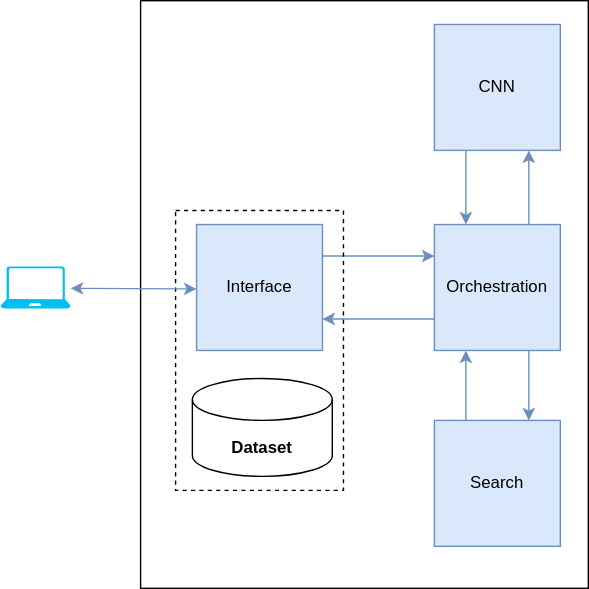
Wissem0/Projet-Integrateur-Classification-d-images keeps this draw.io diagram as architechture_v2.drawio.svg. Above is the earlier version. Source tidied: cells renumbered, new cells last; positions are measured from the earlier drawing's top-left corner, leaving out a move shared by most shapes. Its diagram source:
```xml
<mxGraphModel>
  <root>
    <mxCell id="0" />
    <mxCell id="1" parent="0" />
    <mxCell id="2" style="rounded=0;whiteSpace=wrap;html=1;fontFamily=Helvetica;fontSize=11;" parent="1" vertex="1">
      <mxGeometry x="100" width="320" height="420" as="geometry" />
    </mxCell>
    <mxCell id="3" value="CNN" style="whiteSpace=wrap;html=1;fillStyle=solid;fontFamily=Helvetica;fillColor=#dae8fc;strokeColor=#6c8ebf;" parent="1" vertex="1">
      <mxGeometry x="310" y="17" width="90" height="90" as="geometry" />
    </mxCell>
    <mxCell id="4" value="Search" style="whiteSpace=wrap;html=1;fillStyle=solid;fontFamily=Helvetica;fillColor=#dae8fc;strokeColor=#6c8ebf;" parent="1" vertex="1">
      <mxGeometry x="310" y="300" width="90" height="90" as="geometry" />
    </mxCell>
    <mxCell id="5" style="edgeStyle=none;rounded=0;jettySize=auto;html=1;entryX=1;entryY=0.75;entryDx=0;entryDy=0;fontFamily=Helvetica;elbow=vertical;fillColor=#dae8fc;strokeColor=#6c8ebf;exitX=0;exitY=0.75;exitDx=0;exitDy=0;" parent="1" edge="1" source="6" target="13">
      <mxGeometry relative="1" as="geometry" />
    </mxCell>
    <mxCell id="6" value="&lt;span style=&quot;&quot;&gt;Orchestration&lt;/span&gt;" style="whiteSpace=wrap;html=1;fillStyle=solid;fontFamily=Helvetica;fillColor=#dae8fc;strokeColor=#6c8ebf;" parent="1" vertex="1">
      <mxGeometry x="310" y="160" width="90" height="90" as="geometry" />
    </mxCell>
    <mxCell id="7" style="rounded=0;jettySize=auto;html=1;fontFamily=Helvetica;exitX=1;exitY=0.25;exitDx=0;exitDy=0;entryX=0;entryY=0.25;entryDx=0;entryDy=0;fillColor=#dae8fc;strokeColor=#6c8ebf;" parent="1" edge="1" source="13" target="6">
      <mxGeometry relative="1" as="geometry" />
    </mxCell>
    <mxCell id="8" style="rounded=1;jettySize=auto;html=1;fontFamily=Helvetica;fillColor=#dae8fc;strokeColor=#6c8ebf;startArrow=none;exitX=0.75;exitY=0;exitDx=0;exitDy=0;entryX=0.75;entryY=1;entryDx=0;entryDy=0;" parent="1" edge="1" source="6" target="3">
      <mxGeometry relative="1" as="geometry" />
    </mxCell>
    <mxCell id="9" style="rounded=1;jettySize=auto;html=1;entryX=0.75;entryY=0;entryDx=0;entryDy=0;fontFamily=Helvetica;fillColor=#dae8fc;strokeColor=#6c8ebf;exitX=0.75;exitY=1;exitDx=0;exitDy=0;" parent="1" edge="1" source="6" target="4">
      <mxGeometry relative="1" as="geometry" />
    </mxCell>
    <mxCell id="10" style="rounded=1;jettySize=auto;html=1;entryX=0.25;entryY=1;entryDx=0;entryDy=0;fontFamily=Helvetica;exitX=0.25;exitY=0;exitDx=0;exitDy=0;fillColor=#dae8fc;strokeColor=#6c8ebf;" parent="1" edge="1" source="4" target="6">
      <mxGeometry relative="1" as="geometry" />
    </mxCell>
    <mxCell id="11" style="rounded=1;jettySize=auto;html=1;fontFamily=Helvetica;exitX=0.25;exitY=1;exitDx=0;exitDy=0;fillColor=#dae8fc;strokeColor=#6c8ebf;entryX=0.25;entryY=0;entryDx=0;entryDy=0;" parent="1" edge="1" source="3" target="6">
      <mxGeometry relative="1" as="geometry" />
    </mxCell>
    <mxCell id="12" style="verticalLabelPosition=bottom;html=1;verticalAlign=top;align=center;strokeColor=none;fillColor=#00BEF2;shape=mxgraph.azure.laptop;fontSize=15;" parent="1" vertex="1">
      <mxGeometry y="190" width="50" height="30" as="geometry" />
    </mxCell>
    <mxCell id="13" value="Interface" style="whiteSpace=wrap;html=1;fillStyle=solid;fontFamily=Helvetica;fillColor=#dae8fc;strokeColor=#6c8ebf;" parent="1" vertex="1">
      <mxGeometry x="140" y="160" width="90" height="90" as="geometry" />
    </mxCell>
    <mxCell id="14" style="rounded=0;whiteSpace=wrap;html=1;fontSize=9;fontColor=#990000;dashed=1;fillColor=none;" parent="1" vertex="1">
      <mxGeometry x="125" y="150" width="120" height="200" as="geometry" />
    </mxCell>
    <mxCell id="15" style="group;" parent="1" vertex="1">
      <mxGeometry x="127" y="270" width="120" height="70" as="geometry" />
    </mxCell>
    <mxCell id="16" style="shape=cylinder3;whiteSpace=wrap;html=1;boundedLbl=1;backgroundOutline=1;size=15;" parent="15" vertex="1">
      <mxGeometry x="10" width="100" height="70" as="geometry" />
    </mxCell>
    <mxCell id="17" value="&lt;font face=&quot;Helvetica&quot;&gt;&lt;b&gt;Dataset&lt;/b&gt;&lt;/font&gt;" style="text;strokeColor=none;fillColor=none;align=center;verticalAlign=middle;spacingLeft=4;spacingRight=4;overflow=hidden;whiteSpace=wrap;html=1;fontFamily=Courier New;" parent="15" vertex="1">
      <mxGeometry y="40" width="120" height="20" as="geometry" />
    </mxCell>
    <mxCell id="18" style="endArrow=classic;startArrow=classic;html=1;rounded=0;strokeColor=#6c8ebf;fontFamily=Helvetica;fontSize=11;fillColor=#dae8fc;" parent="1" edge="1">
      <mxGeometry relative="1" as="geometry">
        <mxPoint x="50" y="205.6" as="sourcePoint" />
        <mxPoint x="140" y="206" as="targetPoint" />
      </mxGeometry>
    </mxCell>
  </root>
</mxGraphModel>
```
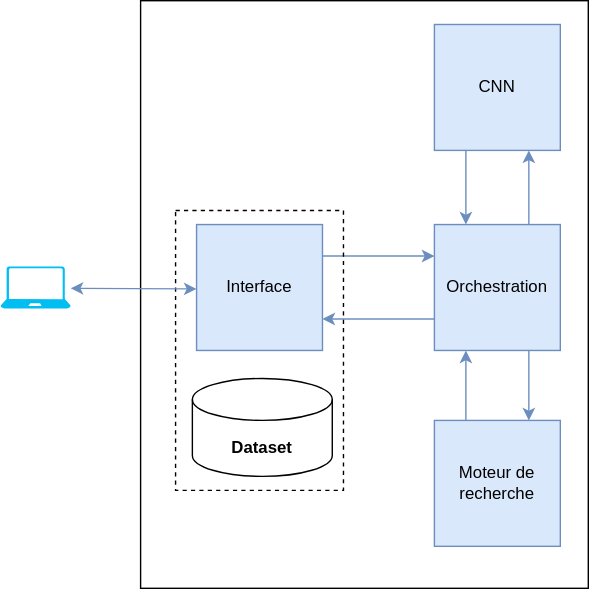
Later version of the same file.

What changed in the source:
```diff
@@ -8,7 +8,7 @@
     <mxCell id="3" value="CNN" style="whiteSpace=wrap;html=1;fillStyle=solid;fontFamily=Helvetica;fillColor=#dae8fc;strokeColor=#6c8ebf;" parent="1" vertex="1">
       <mxGeometry x="310" y="17" width="90" height="90" as="geometry" />
     </mxCell>
-    <mxCell id="4" value="Search" style="whiteSpace=wrap;html=1;fillStyle=solid;fontFamily=Helvetica;fillColor=#dae8fc;strokeColor=#6c8ebf;" parent="1" vertex="1">
+    <mxCell id="4" value="Moteur de recherche" style="whiteSpace=wrap;html=1;fillStyle=solid;fontFamily=Helvetica;fillColor=#dae8fc;strokeColor=#6c8ebf;" parent="1" vertex="1">
       <mxGeometry x="310" y="300" width="90" height="90" as="geometry" />
     </mxCell>
     <mxCell id="5" style="edgeStyle=none;rounded=0;jettySize=auto;html=1;entryX=1;entryY=0.75;entryDx=0;entryDy=0;fontFamily=Helvetica;elbow=vertical;fillColor=#dae8fc;strokeColor=#6c8ebf;exitX=0;exitY=0.75;exitDx=0;exitDy=0;" parent="1" edge="1" source="6" target="13">
```
